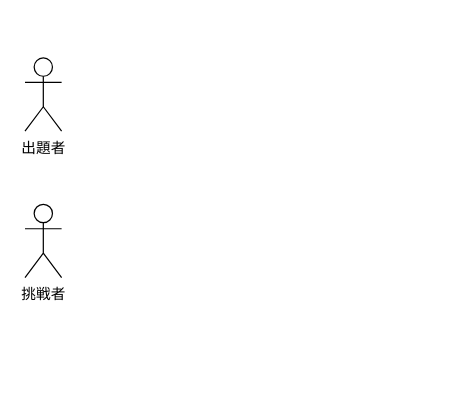
kasaharamutsumi/home-page keeps this draw.io diagram as 名称未設定ファイル.drawio. Above is the earlier version. Source tidied: cells renumbered, new cells numbered last; positions are measured from the earlier drawing's top-left corner, leaving out a move shared by most shapes. Both pictures are drawn from the tidied source at 122%, with x=0, y=0 at pixel (24, 57).
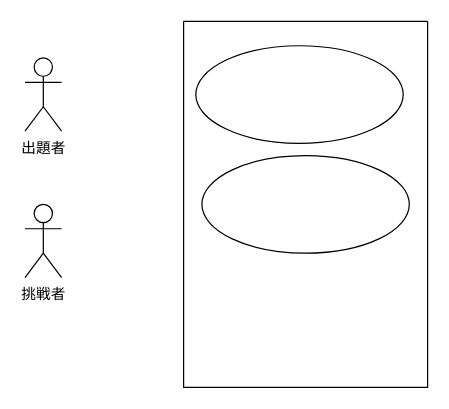
The same diagram, later.

Commit message:
名称未設定ファイル.drawio を更新します

What changed in the source:
```diff
@@
 <mxGraphModel>
   <root>
     <mxCell id="0" />
     <mxCell id="1" parent="0" />
     <mxCell id="2" value="出題者" style="shape=umlActor;verticalLabelPosition=bottom;verticalAlign=top;html=1;" parent="1" vertex="1">
       <mxGeometry width="30" height="60" as="geometry" />
     </mxCell>
     <mxCell id="3" value="挑戦者" style="shape=umlActor;verticalLabelPosition=bottom;verticalAlign=top;html=1;" parent="1" vertex="1">
       <mxGeometry y="120" width="30" height="60" as="geometry" />
     </mxCell>
+    <mxCell id="4" style="swimlane;startSize=0;" parent="1" vertex="1">
+      <mxGeometry x="130" y="-30" width="200" height="300" as="geometry" />
+    </mxCell>
+    <mxCell id="5" style="ellipse;whiteSpace=wrap;html=1;" parent="4" vertex="1">
+      <mxGeometry x="10" y="20" width="170" height="80" as="geometry" />
+    </mxCell>
+    <mxCell id="6" style="ellipse;whiteSpace=wrap;html=1;" parent="4" vertex="1">
+      <mxGeometry x="15" y="110" width="170" height="80" as="geometry" />
+    </mxCell>
   </root>
 </mxGraphModel>
```
